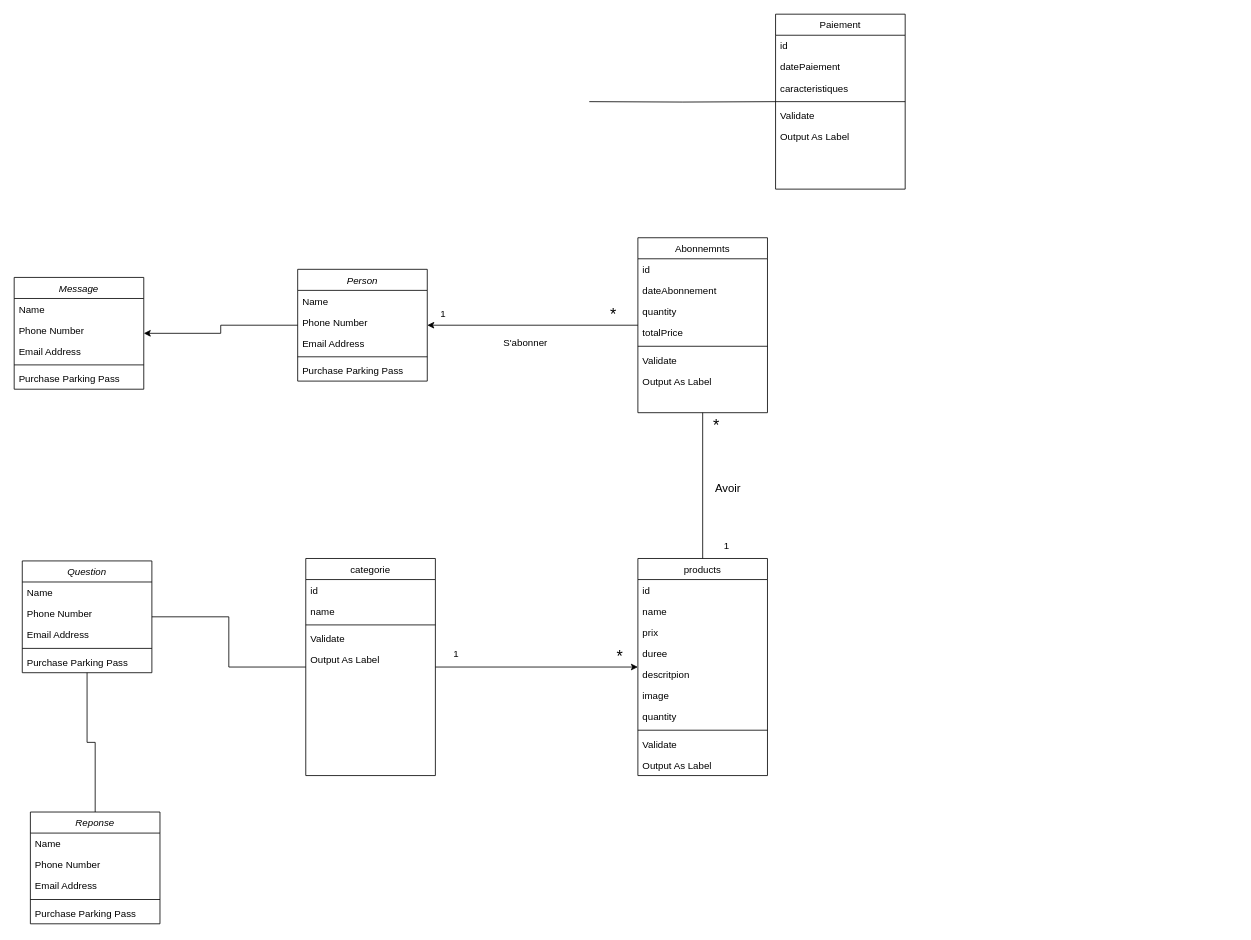
Earlier version of the draw.io diagram Diagramme sans nom.drawio (benbasse/Plateforme_streaming). Source tidied: cells renumbered, new cells numbered last; positions are measured from the earlier drawing's top-left corner, leaving out a move shared by most shapes. Both pictures are drawn from the tidied source at 81%, with x=0, y=0 at pixel (14, 14).
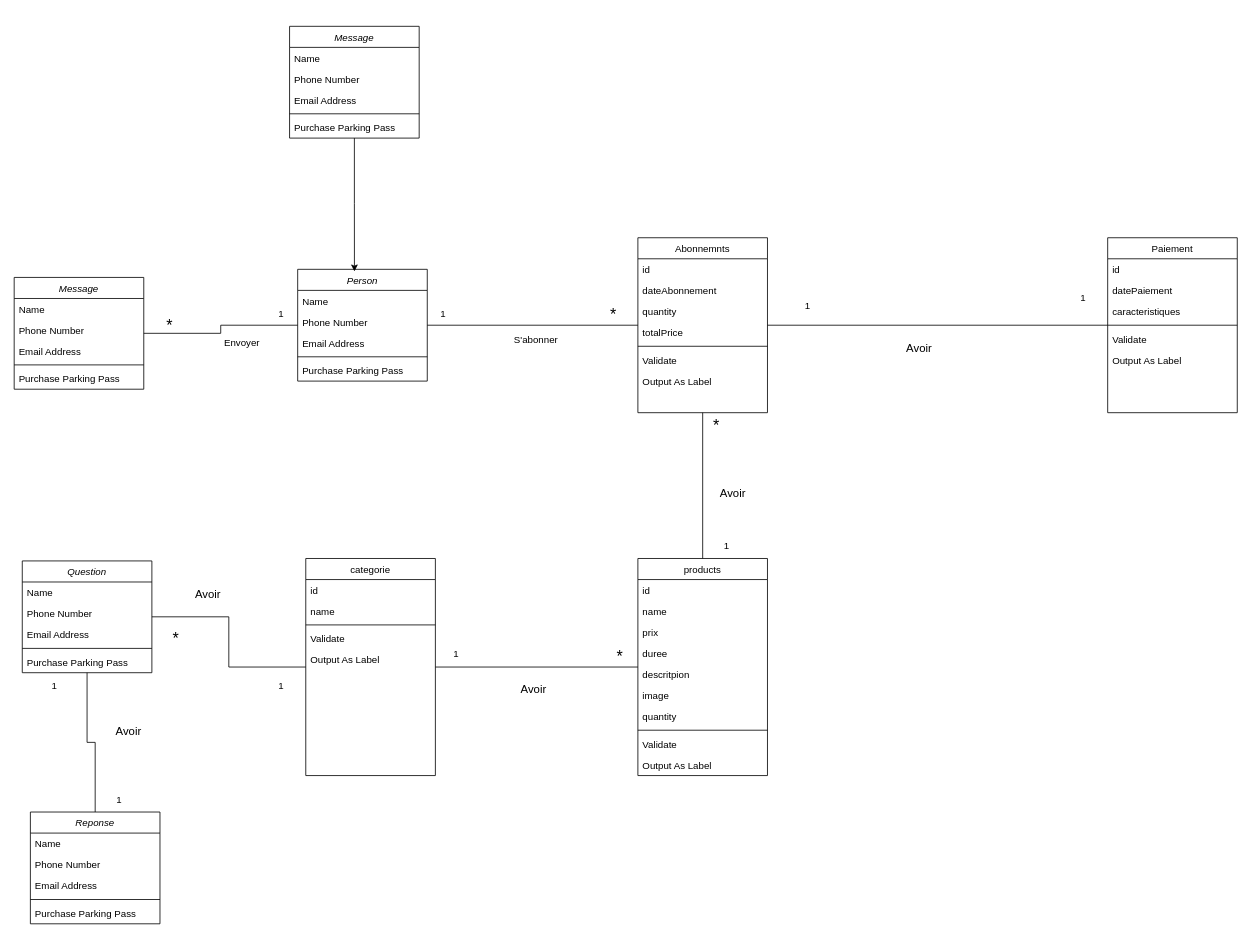
The same page after the edit.

Commit message (it also covers changes not shown here):
Mettre à jour Diagramme sans nom.drawio

Unchanged cells that the change refers to:
```xml
<mxCell id="3" value="Person" style="swimlane;fontStyle=2;align=center;verticalAlign=top;horizontal=1;startSize=26;rounded=0;shadow=0;strokeWidth=1;" parent="1" vertex="1">
  <mxGeometry x="350" y="315" width="160" height="138" as="geometry" />
</mxCell>
<mxCell id="10" value="products" style="swimlane;fontStyle=0;align=center;verticalAlign=top;horizontal=1;startSize=26;rounded=0;shadow=0;strokeWidth=1;" parent="1" vertex="1">
  <mxGeometry x="770" y="672" width="160" height="268" as="geometry" />
</mxCell>
<mxCell id="25" value="Abonnemnts" style="swimlane;fontStyle=0;align=center;verticalAlign=top;horizontal=1;startSize=26;rounded=0;shadow=0;strokeWidth=1;" parent="1" vertex="1">
  <mxGeometry x="770" y="276" width="160" height="216" as="geometry" />
</mxCell>
<mxCell id="45" value="categorie" style="swimlane;fontStyle=0;align=center;verticalAlign=top;horizontal=1;startSize=26;rounded=0;shadow=0;strokeWidth=1;" parent="1" vertex="1">
  <mxGeometry x="360" y="672" width="160" height="268" as="geometry" />
</mxCell>
<mxCell id="53" value="Message" style="swimlane;fontStyle=2;align=center;verticalAlign=top;horizontal=1;startSize=26;rounded=0;shadow=0;strokeWidth=1;" parent="1" vertex="1">
  <mxGeometry y="325" width="160" height="138" as="geometry" />
</mxCell>
```

The edit, as a diff of the source:
```diff
@@
-    <mxCell id="2" style="edgeStyle=orthogonalEdgeStyle;rounded=0;jettySize=auto;html=1;" parent="1" edge="1" source="3" target="53">
+    <mxCell id="2" style="edgeStyle=orthogonalEdgeStyle;rounded=0;jettySize=auto;html=1;endArrow=none;endFill=0;" parent="1" edge="1" source="3" target="53">
       <mxGeometry relative="1" as="geometry" />
     </mxCell>
@@
-    <mxCell id="9" style="edgeStyle=orthogonalEdgeStyle;rounded=0;jettySize=auto;html=1;endArrow=none;endFill=0;" parent="1" edge="1" target="36">
-      <mxGeometry relative="1" as="geometry">
-        <mxPoint x="710" y="108" as="sourcePoint" />
-      </mxGeometry>
-    </mxCell>
@@
-    <mxCell id="24" style="edgeStyle=orthogonalEdgeStyle;rounded=0;jettySize=auto;html=1;" parent="1" edge="1" source="25" target="3">
+    <mxCell id="24" style="edgeStyle=orthogonalEdgeStyle;rounded=0;jettySize=auto;html=1;endArrow=none;endFill=0;" parent="1" edge="1" source="25" target="3">
       <mxGeometry relative="1" as="geometry" />
     </mxCell>
@@
     <mxCell id="35" value="&lt;font style=&quot;font-size: 14px;&quot;&gt;Avoir&lt;/font&gt;" style="text;html=1;align=center;verticalAlign=middle;labelBackgroundColor=none;rounded=0;shadow=0;strokeWidth=1;fontSize=12;" parent="1" vertex="1">
-      <mxGeometry x="880" y="585" as="geometry" />
+      <mxGeometry x="890" y="585" as="geometry">
+        <mxPoint x="-4" y="6" as="offset" />
+      </mxGeometry>
     </mxCell>
+    <mxCell id="73" style="edgeStyle=orthogonalEdgeStyle;rounded=0;jettySize=auto;html=1;endArrow=none;endFill=0;" parent="1" edge="1" source="36" target="25">
+      <mxGeometry relative="1" as="geometry" />
+    </mxCell>
     <mxCell id="36" value="Paiement" style="swimlane;fontStyle=0;align=center;verticalAlign=top;horizontal=1;startSize=26;rounded=0;shadow=0;strokeWidth=1;" parent="1" vertex="1">
-      <mxGeometry x="940" width="160" height="216" as="geometry" />
+      <mxGeometry x="1350" y="276" width="160" height="216" as="geometry" />
     </mxCell>
@@
     <mxCell id="43" value="S'abonner" style="text;html=1;align=center;verticalAlign=middle;labelBackgroundColor=none;rounded=0;shadow=0;strokeWidth=1;fontSize=12;" parent="1" vertex="1">
-      <mxGeometry x="630" y="405" as="geometry" />
+      <mxGeometry x="630" y="405" as="geometry">
+        <mxPoint x="13" y="-3" as="offset" />
+      </mxGeometry>
     </mxCell>
-    <mxCell id="44" style="edgeStyle=orthogonalEdgeStyle;rounded=0;jettySize=auto;html=1;" parent="1" edge="1" source="45" target="10">
+    <mxCell id="44" style="edgeStyle=orthogonalEdgeStyle;rounded=0;jettySize=auto;html=1;endArrow=none;endFill=0;" parent="1" edge="1" source="45" target="10">
       <mxGeometry relative="1" as="geometry" />
     </mxCell>
@@
+    <mxCell id="74" value="&lt;font style=&quot;font-size: 20px;&quot;&gt;*&lt;/font&gt;" style="text;html=1;align=center;verticalAlign=middle;whiteSpace=wrap;rounded=0;" parent="1" vertex="1">
+      <mxGeometry x="170" y="755" width="60" height="30" as="geometry" />
+    </mxCell>
+    <mxCell id="75" value="1" style="text;html=1;align=center;verticalAlign=middle;whiteSpace=wrap;rounded=0;" parent="1" vertex="1">
+      <mxGeometry x="300" y="815" width="60" height="30" as="geometry" />
+    </mxCell>
+    <mxCell id="76" value="1" style="text;html=1;align=center;verticalAlign=middle;whiteSpace=wrap;rounded=0;" parent="1" vertex="1">
+      <mxGeometry x="100" y="955" width="60" height="30" as="geometry" />
+    </mxCell>
+    <mxCell id="77" value="1" style="text;html=1;align=center;verticalAlign=middle;whiteSpace=wrap;rounded=0;" parent="1" vertex="1">
+      <mxGeometry x="20" y="815" width="60" height="30" as="geometry" />
+    </mxCell>
+    <mxCell id="78" value="1" style="text;html=1;align=center;verticalAlign=middle;whiteSpace=wrap;rounded=0;" parent="1" vertex="1">
+      <mxGeometry x="950" y="345" width="60" height="30" as="geometry" />
+    </mxCell>
+    <mxCell id="79" value="1" style="text;html=1;align=center;verticalAlign=middle;whiteSpace=wrap;rounded=0;" parent="1" vertex="1">
+      <mxGeometry x="1290" y="335" width="60" height="30" as="geometry" />
+    </mxCell>
+    <mxCell id="80" value="&lt;font style=&quot;font-size: 14px;&quot;&gt;Avoir&lt;/font&gt;" style="text;html=1;align=center;verticalAlign=middle;labelBackgroundColor=none;rounded=0;shadow=0;strokeWidth=1;fontSize=12;" parent="1" vertex="1">
+      <mxGeometry x="1120" y="405" as="geometry">
+        <mxPoint x="-4" y="6" as="offset" />
+      </mxGeometry>
+    </mxCell>
+    <mxCell id="81" value="&lt;font style=&quot;font-size: 14px;&quot;&gt;Avoir&lt;/font&gt;" style="text;html=1;align=center;verticalAlign=middle;labelBackgroundColor=none;rounded=0;shadow=0;strokeWidth=1;fontSize=12;" parent="1" vertex="1">
+      <mxGeometry x="1150" y="492" as="geometry">
+        <mxPoint x="-510" y="340" as="offset" />
+      </mxGeometry>
+    </mxCell>
+    <mxCell id="82" value="&lt;font style=&quot;font-size: 14px;&quot;&gt;Avoir&lt;/font&gt;" style="text;html=1;align=center;verticalAlign=middle;labelBackgroundColor=none;rounded=0;shadow=0;strokeWidth=1;fontSize=12;" parent="1" vertex="1">
+      <mxGeometry x="748" y="375" as="geometry">
+        <mxPoint x="-510" y="340" as="offset" />
+      </mxGeometry>
+    </mxCell>
+    <mxCell id="83" value="Envoyer" style="text;html=1;align=center;verticalAlign=middle;labelBackgroundColor=none;rounded=0;shadow=0;strokeWidth=1;fontSize=12;" parent="1" vertex="1">
+      <mxGeometry x="790" y="65" as="geometry">
+        <mxPoint x="-510" y="340" as="offset" />
+      </mxGeometry>
+    </mxCell>
+    <mxCell id="84" value="&lt;font style=&quot;font-size: 14px;&quot;&gt;Avoir&lt;/font&gt;" style="text;html=1;align=center;verticalAlign=middle;labelBackgroundColor=none;rounded=0;shadow=0;strokeWidth=1;fontSize=12;" parent="1" vertex="1">
+      <mxGeometry x="650" y="545" as="geometry">
+        <mxPoint x="-510" y="340" as="offset" />
+      </mxGeometry>
+    </mxCell>
+    <mxCell id="85" value="Message" style="swimlane;fontStyle=2;align=center;verticalAlign=top;horizontal=1;startSize=26;rounded=0;shadow=0;strokeWidth=1;" parent="1" vertex="1">
+      <mxGeometry x="340" y="15" width="160" height="138" as="geometry" />
+    </mxCell>
+    <mxCell id="86" value="Name" style="text;align=left;verticalAlign=top;spacingLeft=4;spacingRight=4;overflow=hidden;" parent="85" vertex="1">
+      <mxGeometry y="26" width="160" height="26" as="geometry" />
+    </mxCell>
+    <mxCell id="87" value="Phone Number" style="text;align=left;verticalAlign=top;spacingLeft=4;spacingRight=4;overflow=hidden;rounded=0;shadow=0;html=0;" parent="85" vertex="1">
+      <mxGeometry y="52" width="160" height="26" as="geometry" />
+    </mxCell>
+    <mxCell id="88" value="Email Address" style="text;align=left;verticalAlign=top;spacingLeft=4;spacingRight=4;overflow=hidden;rounded=0;shadow=0;html=0;" parent="85" vertex="1">
+      <mxGeometry y="78" width="160" height="26" as="geometry" />
+    </mxCell>
+    <mxCell id="89" style="line;html=1;strokeWidth=1;align=left;verticalAlign=middle;spacingTop=-1;spacingLeft=3;spacingRight=3;labelPosition=right;" parent="85" vertex="1">
+      <mxGeometry y="104" width="160" height="8" as="geometry" />
+    </mxCell>
+    <mxCell id="90" value="Purchase Parking Pass" style="text;align=left;verticalAlign=top;spacingLeft=4;spacingRight=4;overflow=hidden;" parent="85" vertex="1">
+      <mxGeometry y="112" width="160" height="26" as="geometry" />
+    </mxCell>
+    <mxCell id="91" style="edgeStyle=orthogonalEdgeStyle;rounded=0;jettySize=auto;html=1;entryX=0.438;entryY=0.019;entryDx=0;entryDy=0;entryPerimeter=0;" parent="1" edge="1" source="85" target="3">
+      <mxGeometry relative="1" as="geometry" />
+    </mxCell>
+    <mxCell id="92" value="&lt;font style=&quot;font-size: 20px;&quot;&gt;*&lt;/font&gt;" style="text;html=1;align=center;verticalAlign=middle;whiteSpace=wrap;rounded=0;" parent="1" vertex="1">
+      <mxGeometry x="162" y="369" width="60" height="30" as="geometry" />
+    </mxCell>
+    <mxCell id="93" value="1" style="text;html=1;align=center;verticalAlign=middle;whiteSpace=wrap;rounded=0;" parent="1" vertex="1">
+      <mxGeometry x="300" y="355" width="60" height="30" as="geometry" />
+    </mxCell>
```
